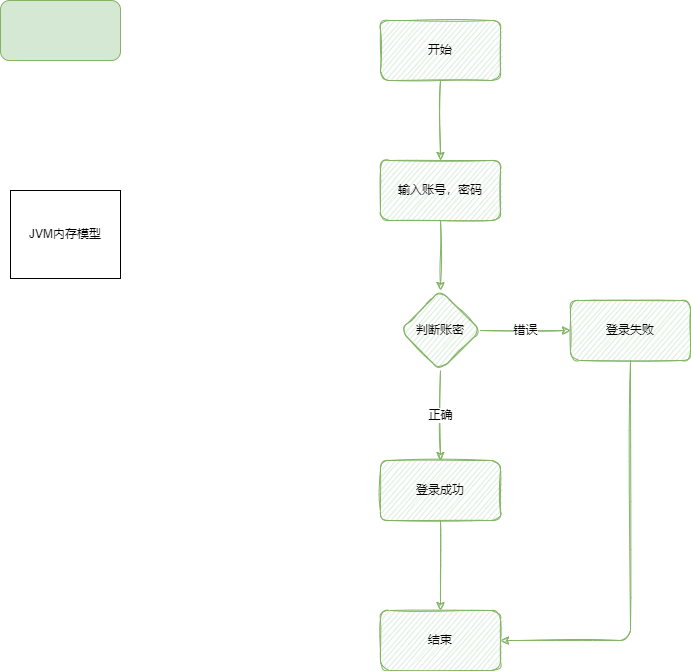
pipisay/draw keeps this draw.io diagram as demo.png. Above is the earlier version. Source tidied: cells renumbered, new cells last; positions are measured from the earlier drawing's top-left corner, leaving out a move shared by most shapes.
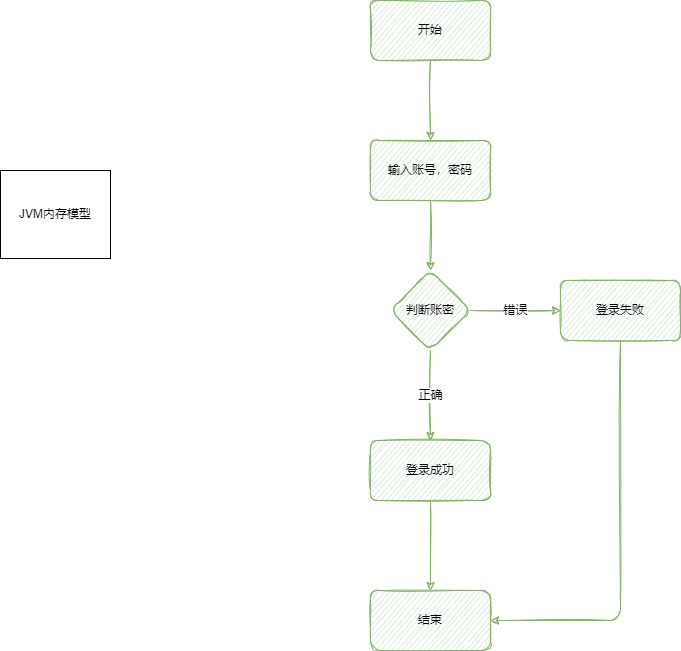
After the commit.

Diff of the diagram source:
```diff
@@ -41,9 +41,6 @@
     <mxCell id="14" value="结束" style="whiteSpace=wrap;html=1;rounded=1;sketch=1;fillColor=#d5e8d4;strokeColor=#82b366;" parent="1" vertex="1">
       <mxGeometry x="380" y="610" width="120" height="60" as="geometry" />
     </mxCell>
-    <mxCell id="15" style="rounded=1;whiteSpace=wrap;html=1;fillColor=#d5e8d4;strokeColor=#82b366;" parent="1" vertex="1">
-      <mxGeometry width="120" height="60" as="geometry" />
-    </mxCell>
     <mxCell id="16" value="图层2" parent="0" />
   </root>
 </mxGraphModel>
```
